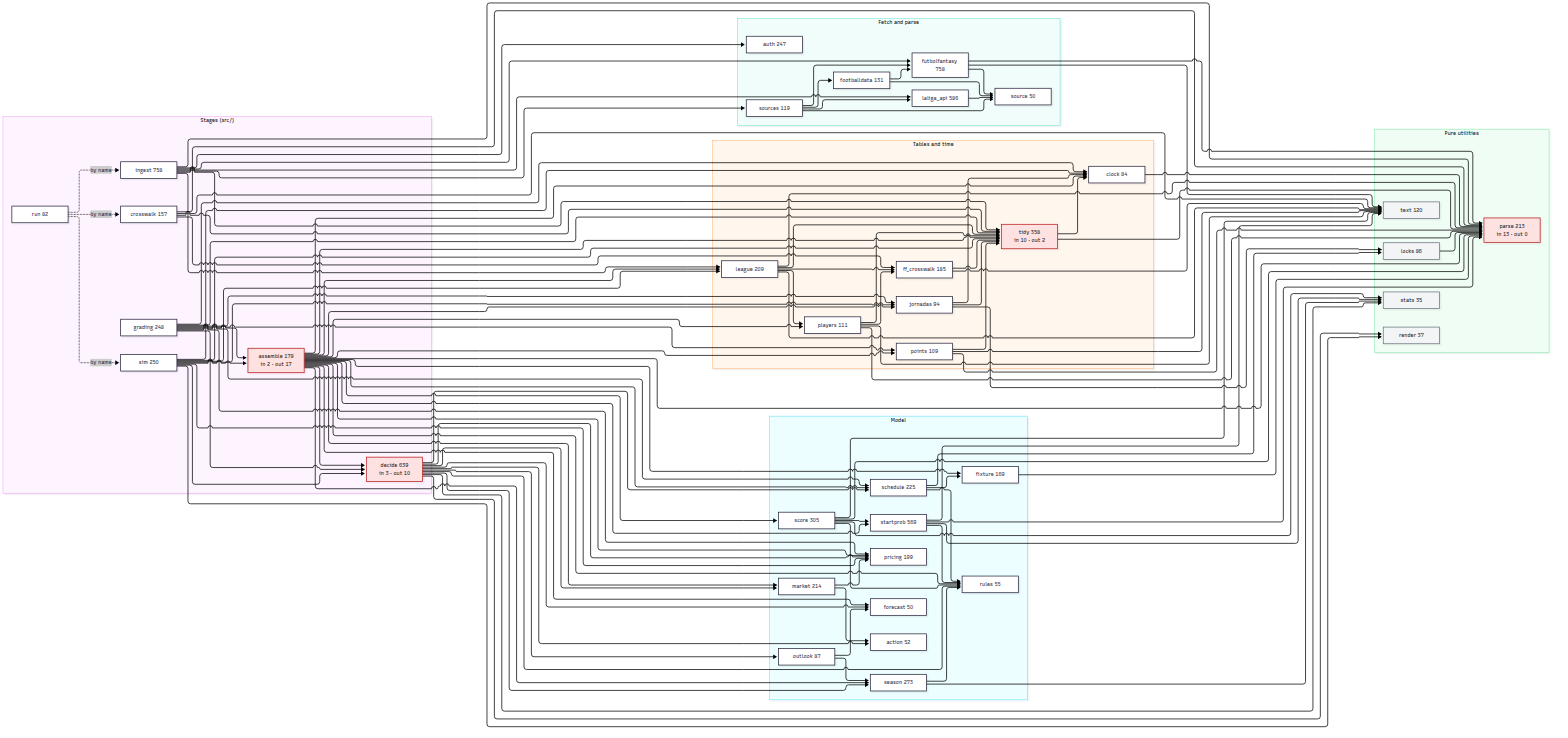
This is docs/modules.png from OrsM/liga_five_guys, a Mermaid export, as it was before one commit. Its source is kept beside it as docs/modules.mmd.
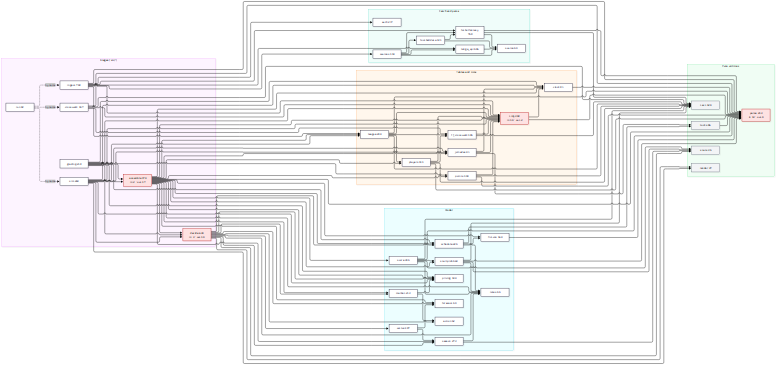
Above is the later version.

What changed in the source:
```diff
@@ -8,7 +8,7 @@
         grading["grading 248"]
         ingest["ingest 758"]
         run["run 82"]
-        sim["sim 250"]
+        sim["sim 269"]
     end
     subgraph fetch["Fetch and parse"]
         auth["auth 247"]
@@ -31,7 +31,7 @@
         action["action 52"]
         fixture["fixture 169"]
         forecast["forecast 50"]
-        market["market 214"]
+        market["market 243"]
         outlook["outlook 87"]
         pricing["pricing 199"]
         rules["rules 55"]
```
